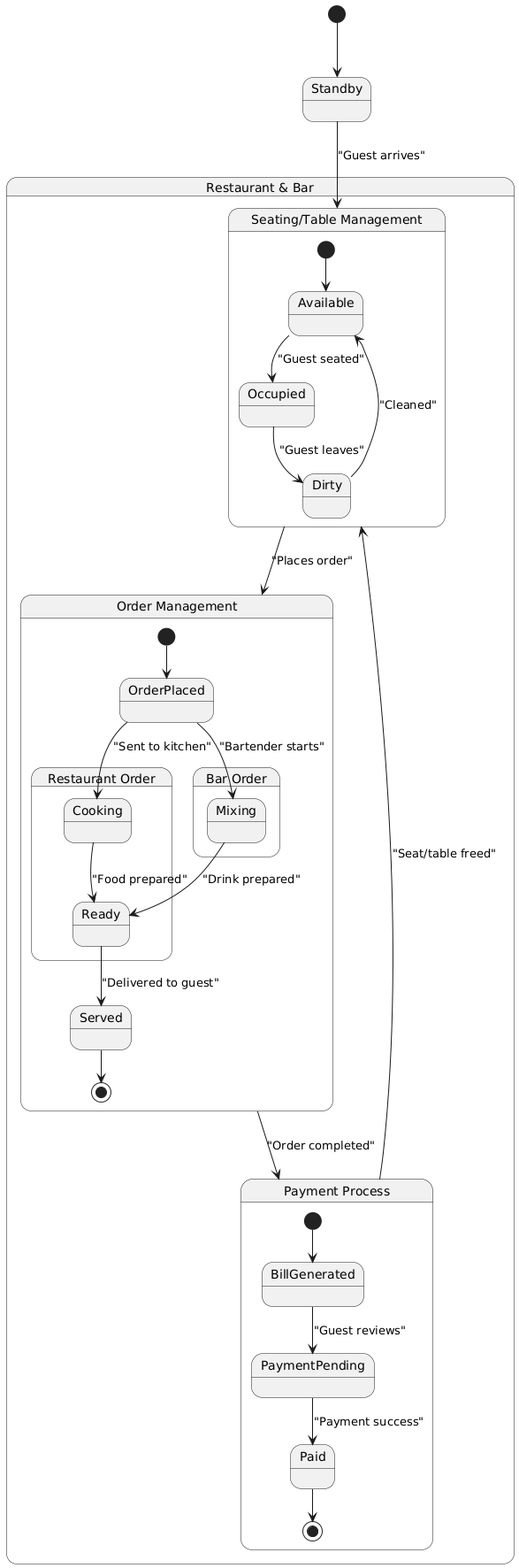
KejsiiiJ/WintersonHMS keeps this PlantUML diagram as Diagrams/State_Diagrams/State_Diagram_Bar.png. Above is the earlier version. Its diagram source:
```plantuml
@startuml
[*] --> Standby

state "Restaurant & Bar" as Venue {
    state "Seating/Table Management" as Seating {
        [*] --> Available
        Available --> Occupied : "Guest seated"
        Occupied --> Dirty : "Guest leaves"
        Dirty --> Available : "Cleaned"
    }

    state "Order Management" as Orders {
        [*] --> OrderPlaced

        state "Restaurant Order" as FoodOrder {
            OrderPlaced --> Cooking : "Sent to kitchen"
            Cooking --> Ready : "Food prepared"
        }

        state "Bar Order" as DrinkOrder {
            OrderPlaced --> Mixing : "Bartender starts"
            Mixing --> Ready : "Drink prepared"
        }

        Ready --> Served : "Delivered to guest"
        Served --> [*]
    }

    state "Payment Process" as Payment {
        [*] --> BillGenerated
        BillGenerated --> PaymentPending : "Guest reviews"
        PaymentPending --> Paid : "Payment success"
        Paid --> [*]
    }
}

Standby --> Seating : "Guest arrives"
Seating --> Orders : "Places order"
Orders --> Payment : "Order completed"
Payment --> Seating : "Seat/table freed"
@enduml
```
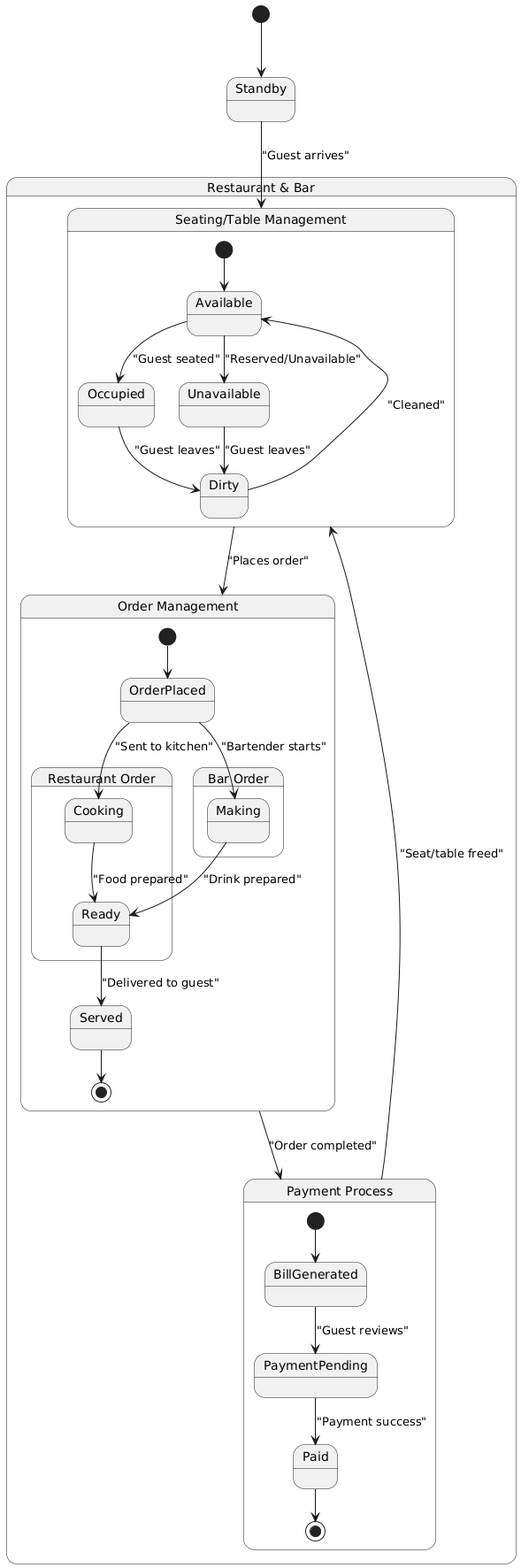
Later version of the same file.

What changed in the source:
```diff
@@ -6,7 +6,10 @@
         [*] --> Available
         Available --> Occupied : "Guest seated"
         Occupied --> Dirty : "Guest leaves"
+        Available --> Unavailable : "Reserved/Unavailable"
+        Unavailable --> Dirty : "Guest leaves"
         Dirty --> Available : "Cleaned"
+
     }
 
     state "Order Management" as Orders {
@@ -18,8 +21,8 @@
         }
 
         state "Bar Order" as DrinkOrder {
-            OrderPlaced --> Mixing : "Bartender starts"
-            Mixing --> Ready : "Drink prepared"
+            OrderPlaced --> Making : "Bartender starts"
+            Making--> Ready : "Drink prepared"
         }
 
         Ready --> Served : "Delivered to guest"
```
